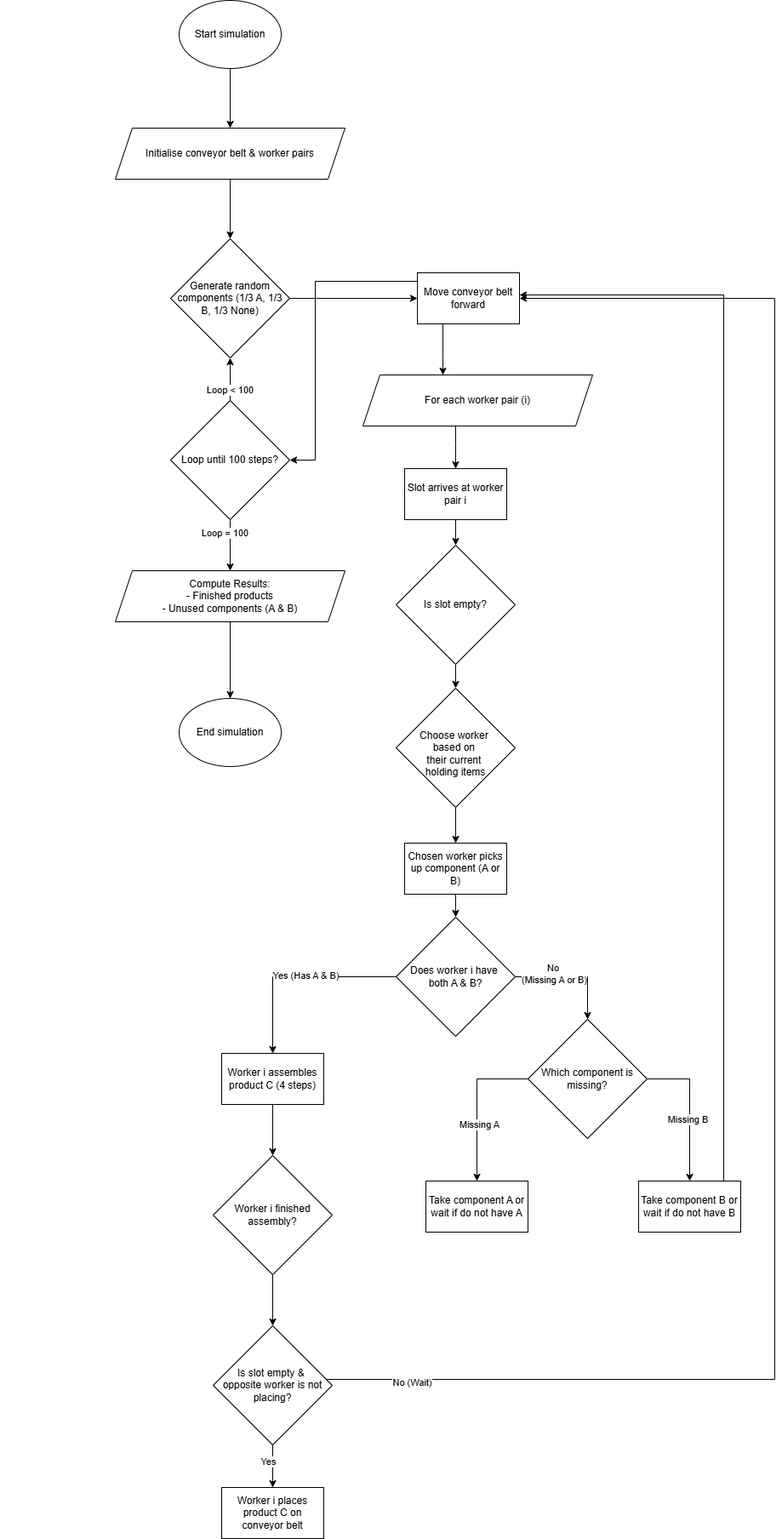
Earlier version of the draw.io export flowchart.png (ellynnhitran/conveyor_belt_challenge). Source tidied: cells renumbered, new cells last; positions are measured from the earlier drawing's top-left corner, leaving out a move shared by most shapes. Its diagram source:
```xml
<mxGraphModel>
  <root>
    <mxCell id="0" />
    <mxCell id="1" parent="0" />
    <mxCell id="2" style="edgeStyle=orthogonalEdgeStyle;rounded=0;jettySize=auto;html=1;" parent="1" edge="1" source="3" target="6">
      <mxGeometry relative="1" as="geometry" />
    </mxCell>
    <mxCell id="3" value="Start simulation" style="ellipse;whiteSpace=wrap;html=1;" parent="1" vertex="1">
      <mxGeometry x="210" width="120" height="80" as="geometry" />
    </mxCell>
    <mxCell id="4" value="&lt;div&gt;&lt;/div&gt;" style="text;html=1;align=center;verticalAlign=middle;whiteSpace=wrap;rounded=0;" parent="1" vertex="1">
      <mxGeometry x="140" y="155" width="160" height="30" as="geometry" />
    </mxCell>
    <mxCell id="5" style="edgeStyle=orthogonalEdgeStyle;rounded=0;jettySize=auto;html=1;" parent="1" edge="1" source="6" target="10">
      <mxGeometry relative="1" as="geometry" />
    </mxCell>
    <mxCell id="6" value="Initialise conveyor belt &amp;amp; worker pairs" style="shape=parallelogram;perimeter=parallelogramPerimeter;whiteSpace=wrap;html=1;fixedSize=1;" parent="1" vertex="1">
      <mxGeometry x="135" y="150" width="270" height="60" as="geometry" />
    </mxCell>
    <mxCell id="7" value="&lt;div&gt;&lt;/div&gt;" style="text;html=1;align=center;verticalAlign=middle;whiteSpace=wrap;rounded=0;" parent="1" vertex="1">
      <mxGeometry y="290" width="230" height="30" as="geometry" />
    </mxCell>
    <mxCell id="8" value="&lt;div&gt;&lt;/div&gt;" style="text;html=1;align=center;verticalAlign=middle;whiteSpace=wrap;rounded=0;" parent="1" vertex="1">
      <mxGeometry x="120" y="240" width="180" height="30" as="geometry" />
    </mxCell>
    <mxCell id="9" style="edgeStyle=orthogonalEdgeStyle;rounded=0;jettySize=auto;html=1;entryX=0;entryY=0.5;entryDx=0;entryDy=0;" parent="1" edge="1" source="10" target="52">
      <mxGeometry relative="1" as="geometry" />
    </mxCell>
    <mxCell id="10" value="Generate random components (1/3 A, 1/3 B, 1/3 None)" style="rhombus;whiteSpace=wrap;html=1;" parent="1" vertex="1">
      <mxGeometry x="200" y="280" width="140" height="140" as="geometry" />
    </mxCell>
    <mxCell id="11" style="edgeStyle=orthogonalEdgeStyle;rounded=0;jettySize=auto;html=1;" parent="1" edge="1" source="15" target="10">
      <mxGeometry relative="1" as="geometry" />
    </mxCell>
    <mxCell id="12" value="Loop &amp;lt; 100" style="edgeLabel;html=1;align=center;verticalAlign=middle;" parent="11" vertex="1">
      <mxGeometry x="-0.48" y="1" relative="1" as="geometry" />
    </mxCell>
    <mxCell id="13" style="edgeStyle=orthogonalEdgeStyle;rounded=0;jettySize=auto;html=1;" parent="1" edge="1" source="15" target="19">
      <mxGeometry relative="1" as="geometry" />
    </mxCell>
    <mxCell id="14" value="Loop = 100" style="edgeLabel;html=1;align=center;verticalAlign=middle;" parent="13" vertex="1">
      <mxGeometry x="-0.51" y="-7" relative="1" as="geometry" />
    </mxCell>
    <mxCell id="15" value="Loop until 100 steps?" style="rhombus;whiteSpace=wrap;html=1;" parent="1" vertex="1">
      <mxGeometry x="200" y="470" width="140" height="140" as="geometry" />
    </mxCell>
    <mxCell id="16" style="edgeStyle=orthogonalEdgeStyle;rounded=0;jettySize=auto;html=1;entryX=1;entryY=0.5;entryDx=0;entryDy=0;" parent="1" edge="1" source="52" target="15">
      <mxGeometry relative="1" as="geometry">
        <Array as="points">
          <mxPoint x="370" y="330" />
          <mxPoint x="370" y="540" />
        </Array>
      </mxGeometry>
    </mxCell>
    <mxCell id="17" style="edgeStyle=orthogonalEdgeStyle;rounded=0;jettySize=auto;html=1;" parent="1" edge="1" source="52" target="22">
      <mxGeometry relative="1" as="geometry">
        <Array as="points">
          <mxPoint x="520" y="420" />
          <mxPoint x="520" y="420" />
        </Array>
      </mxGeometry>
    </mxCell>
    <mxCell id="18" style="edgeStyle=orthogonalEdgeStyle;rounded=0;jettySize=auto;html=1;" parent="1" edge="1" source="19" target="20">
      <mxGeometry relative="1" as="geometry" />
    </mxCell>
    <mxCell id="19" value="Compute Results:&lt;div&gt;- Finished products&lt;/div&gt;&lt;div&gt;- Unused components (A &amp;amp; B)&lt;/div&gt;" style="shape=parallelogram;perimeter=parallelogramPerimeter;whiteSpace=wrap;html=1;fixedSize=1;" parent="1" vertex="1">
      <mxGeometry x="135" y="670" width="270" height="60" as="geometry" />
    </mxCell>
    <mxCell id="20" value="End simulation" style="ellipse;whiteSpace=wrap;html=1;" parent="1" vertex="1">
      <mxGeometry x="210" y="820" width="120" height="80" as="geometry" />
    </mxCell>
    <mxCell id="21" style="edgeStyle=orthogonalEdgeStyle;rounded=0;jettySize=auto;html=1;" parent="1" edge="1" source="22" target="24">
      <mxGeometry relative="1" as="geometry">
        <Array as="points">
          <mxPoint x="535" y="520" />
          <mxPoint x="535" y="520" />
        </Array>
      </mxGeometry>
    </mxCell>
    <mxCell id="22" value="For each worker pair (i)" style="shape=parallelogram;perimeter=parallelogramPerimeter;whiteSpace=wrap;html=1;fixedSize=1;" parent="1" vertex="1">
      <mxGeometry x="426" y="440" width="270" height="60" as="geometry" />
    </mxCell>
    <mxCell id="23" style="edgeStyle=orthogonalEdgeStyle;rounded=0;jettySize=auto;html=1;" parent="1" edge="1" source="54" target="26">
      <mxGeometry relative="1" as="geometry" />
    </mxCell>
    <mxCell id="24" value="Slot arrives at worker pair i" style="rounded=0;whiteSpace=wrap;html=1;" parent="1" vertex="1">
      <mxGeometry x="475" y="550" width="120" height="60" as="geometry" />
    </mxCell>
    <mxCell id="25" style="edgeStyle=orthogonalEdgeStyle;rounded=0;jettySize=auto;html=1;entryX=0.5;entryY=0;entryDx=0;entryDy=0;" parent="1" edge="1" source="26" target="28">
      <mxGeometry relative="1" as="geometry" />
    </mxCell>
    <mxCell id="26" value="&lt;div&gt;&lt;span style=&quot;background-color: transparent; color: light-dark(rgb(0, 0, 0), rgb(255, 255, 255));&quot;&gt;&lt;br&gt;&lt;/span&gt;&lt;/div&gt;&lt;div&gt;&lt;span style=&quot;background-color: transparent; color: light-dark(rgb(0, 0, 0), rgb(255, 255, 255));&quot;&gt;Choose worker&amp;nbsp;&lt;/span&gt;&lt;/div&gt;&lt;div&gt;&lt;span style=&quot;background-color: transparent; color: light-dark(rgb(0, 0, 0), rgb(255, 255, 255));&quot;&gt;based on&amp;nbsp;&lt;/span&gt;&lt;/div&gt;&lt;div&gt;their current&amp;nbsp;&lt;/div&gt;&lt;div&gt;holding items&lt;/div&gt;" style="rhombus;whiteSpace=wrap;html=1;" parent="1" vertex="1">
      <mxGeometry x="465" y="808" width="140" height="140" as="geometry" />
    </mxCell>
    <mxCell id="27" style="edgeStyle=orthogonalEdgeStyle;rounded=0;jettySize=auto;html=1;" parent="1" edge="1" source="28" target="33">
      <mxGeometry relative="1" as="geometry" />
    </mxCell>
    <mxCell id="28" value="Chosen worker picks up component (A or B)" style="rounded=0;whiteSpace=wrap;html=1;" parent="1" vertex="1">
      <mxGeometry x="475" y="990" width="120" height="60" as="geometry" />
    </mxCell>
    <mxCell id="29" style="edgeStyle=orthogonalEdgeStyle;rounded=0;jettySize=auto;html=1;entryX=0.5;entryY=0;entryDx=0;entryDy=0;" parent="1" edge="1" source="33" target="35">
      <mxGeometry relative="1" as="geometry" />
    </mxCell>
    <mxCell id="30" value="Yes (Has A &amp;amp; B)" style="edgeLabel;html=1;align=center;verticalAlign=middle;" parent="29" vertex="1">
      <mxGeometry x="-0.09" y="-2" relative="1" as="geometry" />
    </mxCell>
    <mxCell id="31" style="edgeStyle=orthogonalEdgeStyle;rounded=0;jettySize=auto;html=1;entryX=0.5;entryY=0;entryDx=0;entryDy=0;" parent="1" edge="1" source="33" target="40">
      <mxGeometry relative="1" as="geometry" />
    </mxCell>
    <mxCell id="32" value="No&amp;nbsp;&lt;div&gt;(Missing A or B)&lt;/div&gt;" style="edgeLabel;html=1;align=center;verticalAlign=middle;" parent="31" vertex="1">
      <mxGeometry x="-0.34" y="4" relative="1" as="geometry" />
    </mxCell>
    <mxCell id="33" value="&lt;div&gt;Does worker i have&amp;nbsp;&lt;/div&gt;&lt;div&gt;both A &amp;amp; B?&lt;/div&gt;" style="rhombus;whiteSpace=wrap;html=1;" parent="1" vertex="1">
      <mxGeometry x="465" y="1077" width="140" height="140" as="geometry" />
    </mxCell>
    <mxCell id="34" style="edgeStyle=orthogonalEdgeStyle;rounded=0;jettySize=auto;html=1;" parent="1" edge="1" source="35" target="44">
      <mxGeometry relative="1" as="geometry" />
    </mxCell>
    <mxCell id="35" value="Worker i assembles product C (4 steps)" style="rounded=0;whiteSpace=wrap;html=1;" parent="1" vertex="1">
      <mxGeometry x="260" y="1237" width="120" height="60" as="geometry" />
    </mxCell>
    <mxCell id="36" style="edgeStyle=orthogonalEdgeStyle;rounded=0;jettySize=auto;html=1;entryX=0.5;entryY=0;entryDx=0;entryDy=0;" parent="1" edge="1" source="40" target="41">
      <mxGeometry relative="1" as="geometry">
        <Array as="points">
          <mxPoint x="560" y="1267" />
        </Array>
      </mxGeometry>
    </mxCell>
    <mxCell id="37" value="Missing A" style="edgeLabel;html=1;align=center;verticalAlign=middle;" parent="36" vertex="1">
      <mxGeometry x="0.26" y="2" relative="1" as="geometry" />
    </mxCell>
    <mxCell id="38" style="edgeStyle=orthogonalEdgeStyle;rounded=0;jettySize=auto;html=1;entryX=0.5;entryY=0;entryDx=0;entryDy=0;" parent="1" edge="1" source="40" target="42">
      <mxGeometry relative="1" as="geometry">
        <Array as="points">
          <mxPoint x="810" y="1267" />
        </Array>
      </mxGeometry>
    </mxCell>
    <mxCell id="39" value="Missing B" style="edgeLabel;html=1;align=center;verticalAlign=middle;" parent="38" vertex="1">
      <mxGeometry x="0.15" y="-3" relative="1" as="geometry" />
    </mxCell>
    <mxCell id="40" value="&lt;div&gt;Which component is missing?&lt;/div&gt;" style="rhombus;whiteSpace=wrap;html=1;" parent="1" vertex="1">
      <mxGeometry x="620" y="1197" width="140" height="140" as="geometry" />
    </mxCell>
    <mxCell id="41" value="Take component A or wait if do not have A" style="rounded=0;whiteSpace=wrap;html=1;" parent="1" vertex="1">
      <mxGeometry x="500" y="1387" width="120" height="60" as="geometry" />
    </mxCell>
    <mxCell id="42" value="Take component B or wait if do not have B" style="rounded=0;whiteSpace=wrap;html=1;" parent="1" vertex="1">
      <mxGeometry x="750" y="1387" width="120" height="60" as="geometry" />
    </mxCell>
    <mxCell id="43" style="edgeStyle=orthogonalEdgeStyle;rounded=0;jettySize=auto;html=1;" parent="1" edge="1" source="44" target="49">
      <mxGeometry relative="1" as="geometry" />
    </mxCell>
    <mxCell id="44" value="&lt;div&gt;Worker i finished assembly?&lt;/div&gt;" style="rhombus;whiteSpace=wrap;html=1;" parent="1" vertex="1">
      <mxGeometry x="250" y="1357" width="140" height="140" as="geometry" />
    </mxCell>
    <mxCell id="45" style="edgeStyle=orthogonalEdgeStyle;rounded=0;jettySize=auto;html=1;" parent="1" edge="1" source="49" target="50">
      <mxGeometry relative="1" as="geometry" />
    </mxCell>
    <mxCell id="46" value="Yes" style="edgeLabel;html=1;align=center;verticalAlign=middle;" parent="45" vertex="1">
      <mxGeometry x="-0.24" y="-6" relative="1" as="geometry">
        <mxPoint y="1" as="offset" />
      </mxGeometry>
    </mxCell>
    <mxCell id="47" style="edgeStyle=orthogonalEdgeStyle;rounded=0;jettySize=auto;html=1;entryX=1;entryY=0.5;entryDx=0;entryDy=0;" parent="1" edge="1" source="49" target="52">
      <mxGeometry relative="1" as="geometry">
        <Array as="points">
          <mxPoint x="910" y="1620" />
          <mxPoint x="910" y="350" />
        </Array>
      </mxGeometry>
    </mxCell>
    <mxCell id="48" value="No (Wait)" style="edgeLabel;html=1;align=center;verticalAlign=middle;" parent="47" vertex="1">
      <mxGeometry x="-0.9" y="-3" relative="1" as="geometry" />
    </mxCell>
    <mxCell id="49" value="&lt;div&gt;Is slot empty &amp;amp;&amp;nbsp;&lt;/div&gt;&lt;div&gt;opposite worker is not placing?&lt;/div&gt;" style="rhombus;whiteSpace=wrap;html=1;" parent="1" vertex="1">
      <mxGeometry x="250" y="1557" width="140" height="140" as="geometry" />
    </mxCell>
    <mxCell id="50" value="Worker i places product C on conveyor belt" style="rounded=0;whiteSpace=wrap;html=1;" parent="1" vertex="1">
      <mxGeometry x="260" y="1747" width="120" height="60" as="geometry" />
    </mxCell>
    <mxCell id="51" style="edgeStyle=orthogonalEdgeStyle;rounded=0;jettySize=auto;html=1;" parent="1" edge="1" source="42" target="52">
      <mxGeometry relative="1" as="geometry">
        <Array as="points">
          <mxPoint x="850" y="346" />
        </Array>
      </mxGeometry>
    </mxCell>
    <mxCell id="52" value="Move conveyor belt forward" style="rounded=0;whiteSpace=wrap;html=1;" parent="1" vertex="1">
      <mxGeometry x="490" y="320" width="120" height="60" as="geometry" />
    </mxCell>
    <mxCell id="53" style="edgeStyle=orthogonalEdgeStyle;rounded=0;jettySize=auto;html=1;" parent="1" edge="1" source="24" target="54">
      <mxGeometry relative="1" as="geometry" />
    </mxCell>
    <mxCell id="54" value="&lt;div&gt;Is slot empty?&lt;/div&gt;" style="rhombus;whiteSpace=wrap;html=1;" parent="1" vertex="1">
      <mxGeometry x="465" y="640" width="140" height="140" as="geometry" />
    </mxCell>
  </root>
</mxGraphModel>
```
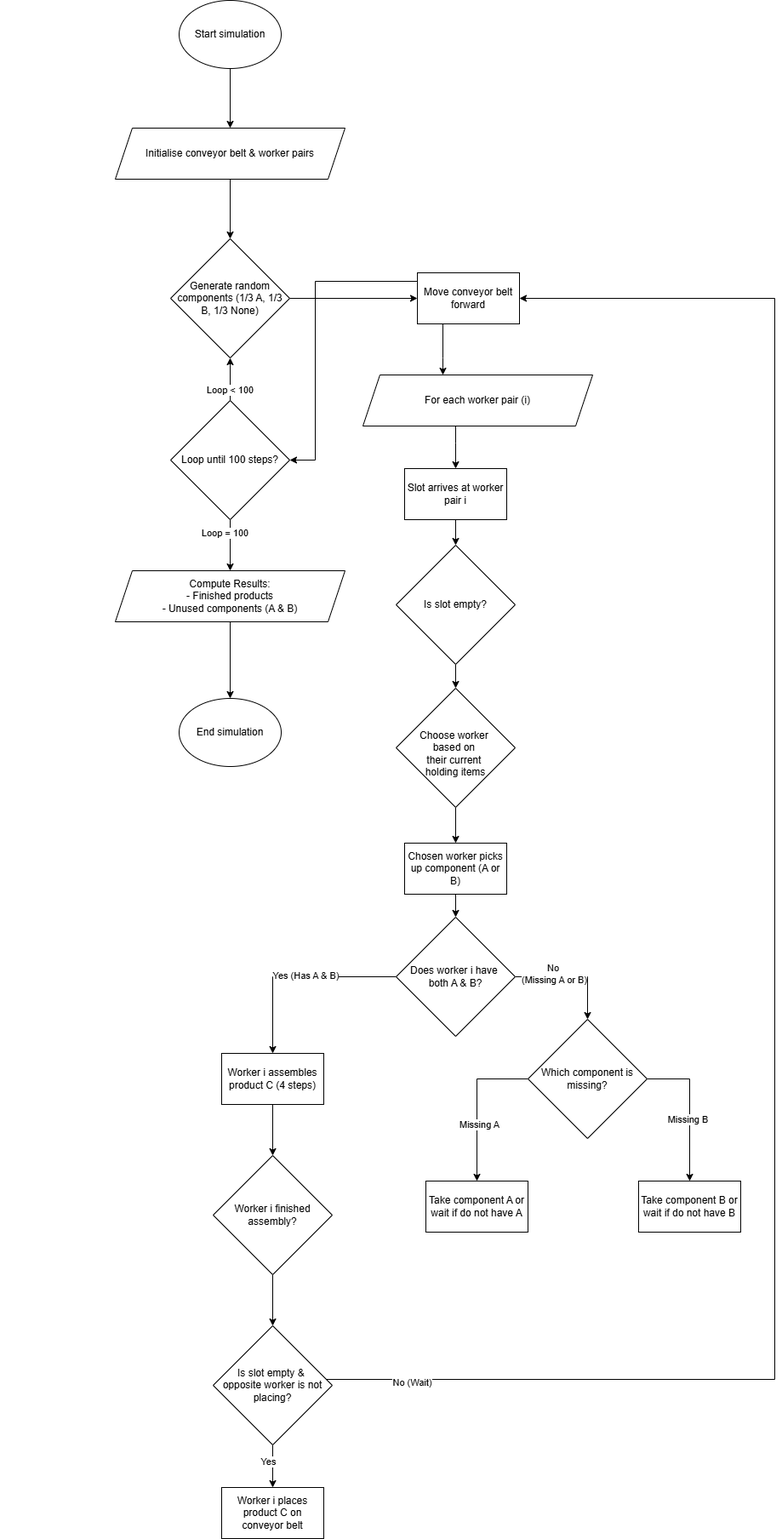
Later version of the same file.

The edit, as a diff of the source:
```diff
@@ -179,13 +179,6 @@
     <mxCell id="50" value="Worker i places product C on conveyor belt" style="rounded=0;whiteSpace=wrap;html=1;" parent="1" vertex="1">
       <mxGeometry x="260" y="1747" width="120" height="60" as="geometry" />
     </mxCell>
-    <mxCell id="51" style="edgeStyle=orthogonalEdgeStyle;rounded=0;jettySize=auto;html=1;" parent="1" edge="1" source="42" target="52">
-      <mxGeometry relative="1" as="geometry">
-        <Array as="points">
-          <mxPoint x="850" y="346" />
-        </Array>
-      </mxGeometry>
-    </mxCell>
     <mxCell id="52" value="Move conveyor belt forward" style="rounded=0;whiteSpace=wrap;html=1;" parent="1" vertex="1">
       <mxGeometry x="490" y="320" width="120" height="60" as="geometry" />
     </mxCell>
```
